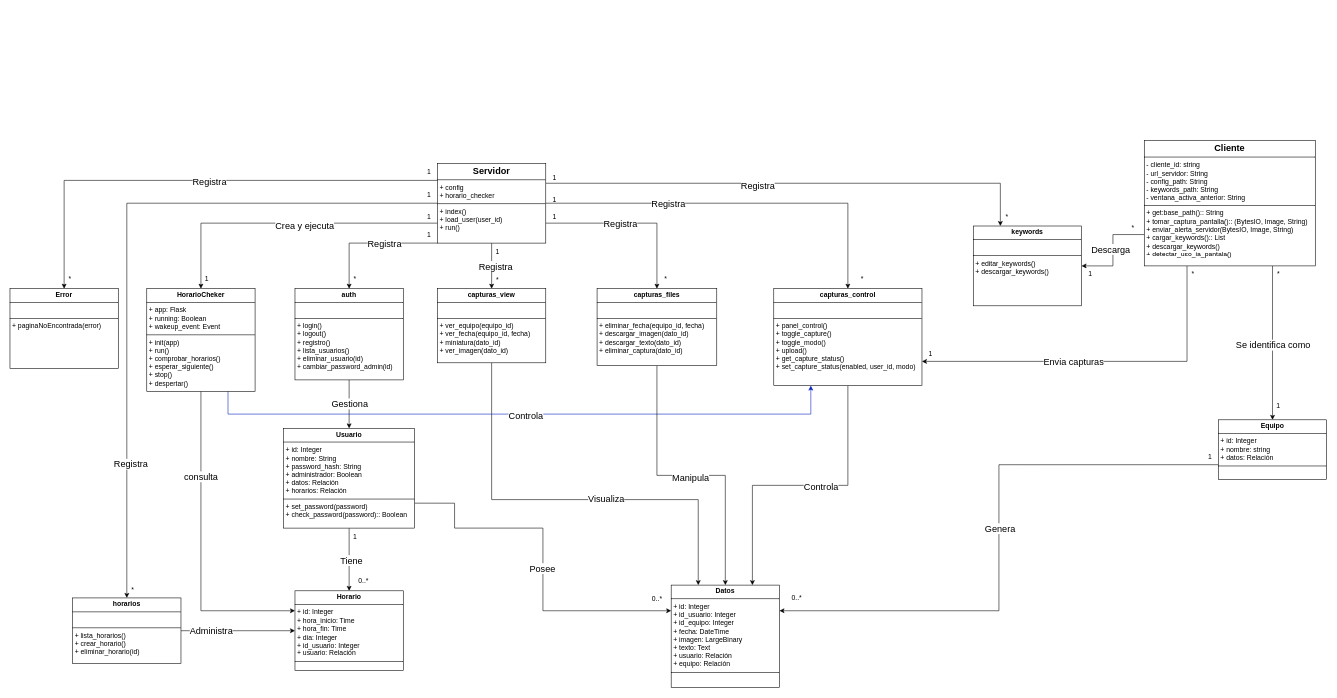
Above: page "clases" (1 of 10) of doc/Diagrama.drawio in IvanBanhosPinheiro/Detector_Ia_Trabajo_Final (draw.io), before the change. Source tidied: cells renumbered, new cells numbered last; positions are measured from the earlier drawing's top-left corner, leaving out a move shared by most shapes. Both pictures are drawn from the tidied source at 57%, with x=0, y=0 at pixel (10, 140).
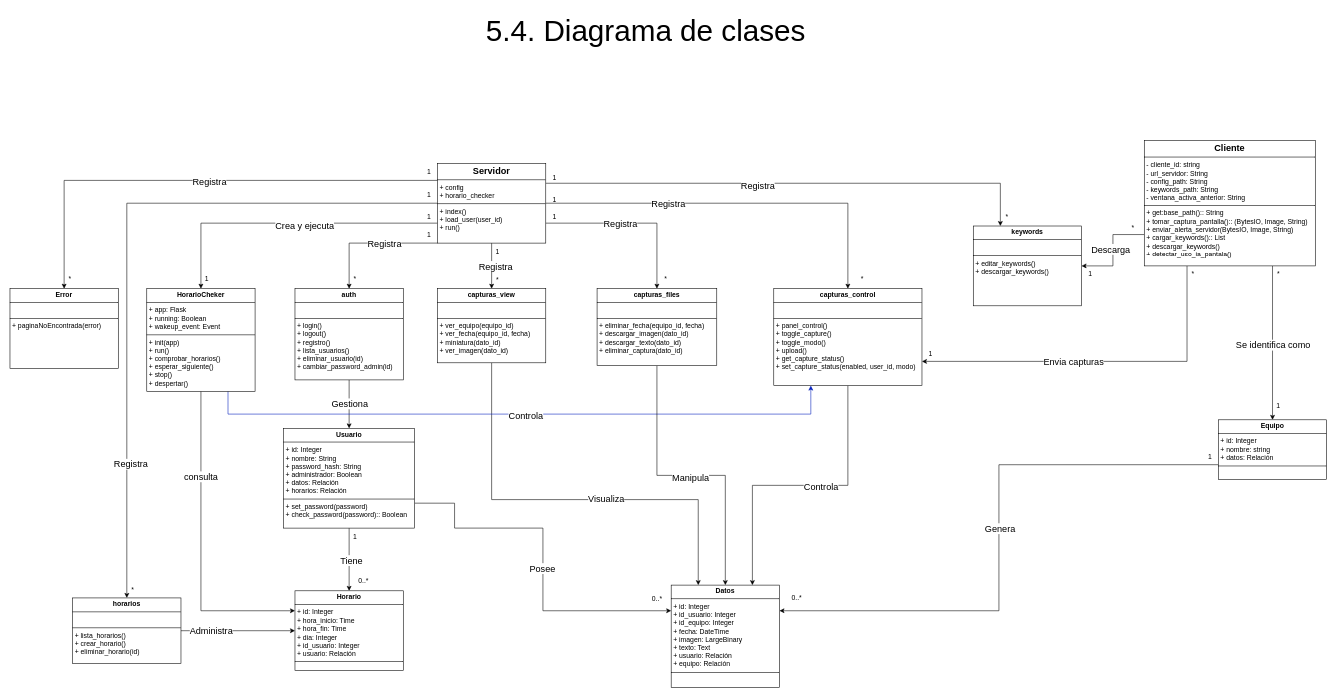
After the change.

The edit, as a diff of the source:
```diff
@@
+    <mxCell id="85" value="&lt;font style=&quot;font-size: 52px;&quot;&gt;5.4. Diagrama de clases&lt;/font&gt;" style="text;html=1;align=center;verticalAlign=middle;strokeColor=none;fillColor=none;" parent="1" vertex="1">
+      <mxGeometry x="825" y="-229" width="579" height="74" as="geometry" />
+    </mxCell>
```
